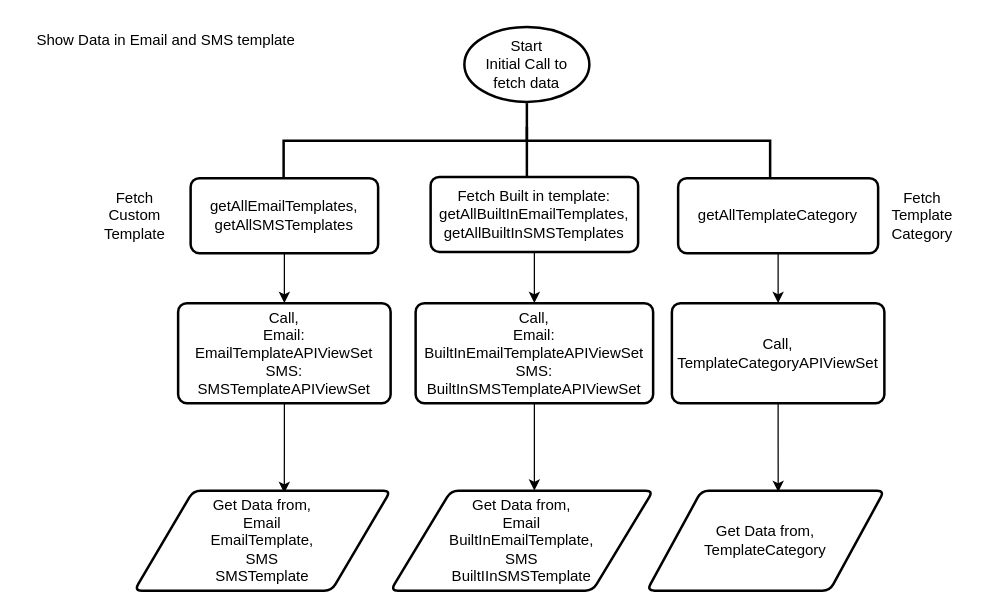
The draw.io diagram page "Page-2" (2 of 5) of Untitled Diagram.drawio in YakinRubaiat/yakinrubaiat.github.io4, before the edit. Source tidied: cells renumbered, new cells numbered last; positions are measured from the earlier drawing's top-left corner, leaving out a move shared by most shapes. Both pictures are drawn from the tidied source at 125%, with x=0, y=0 at pixel (21, 26).
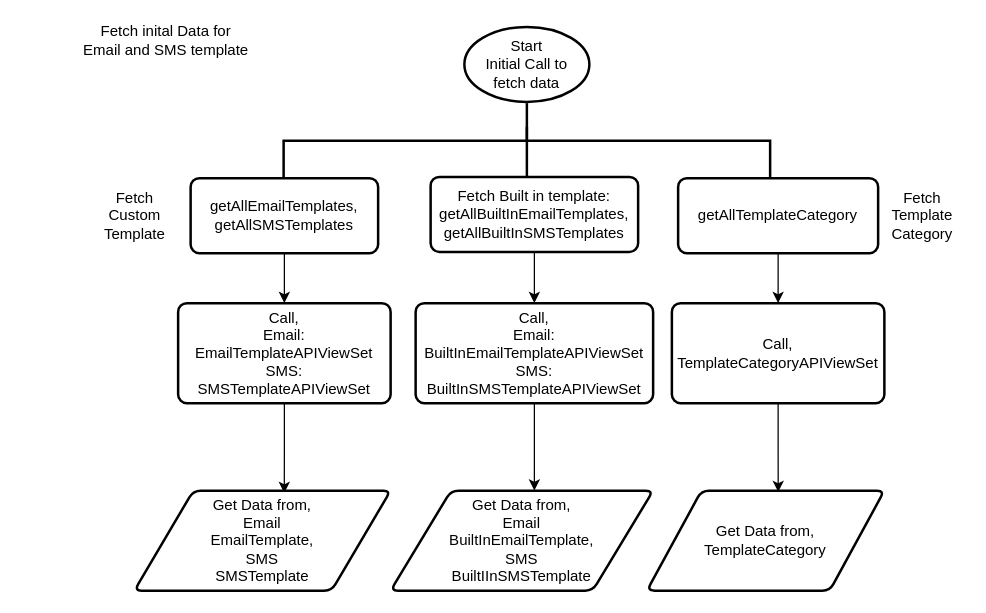
Above is the later version.

The edit, as a diff of the source:
```diff
@@
-    <mxCell id="22" value="&lt;div&gt;Show Data in Email and SMS template&lt;/div&gt;" style="text;html=1;align=center;verticalAlign=middle;" parent="1" vertex="1">
-      <mxGeometry y="1" width="230" height="20" as="geometry" />
+    <mxCell id="22" value="&lt;div&gt;Fetch inital Data for &lt;br&gt;Email and SMS template&lt;/div&gt;" style="text;html=1;align=center;verticalAlign=middle;" parent="1" vertex="1">
+      <mxGeometry x="40" y="-4" width="150" height="30" as="geometry" />
     </mxCell>
```
